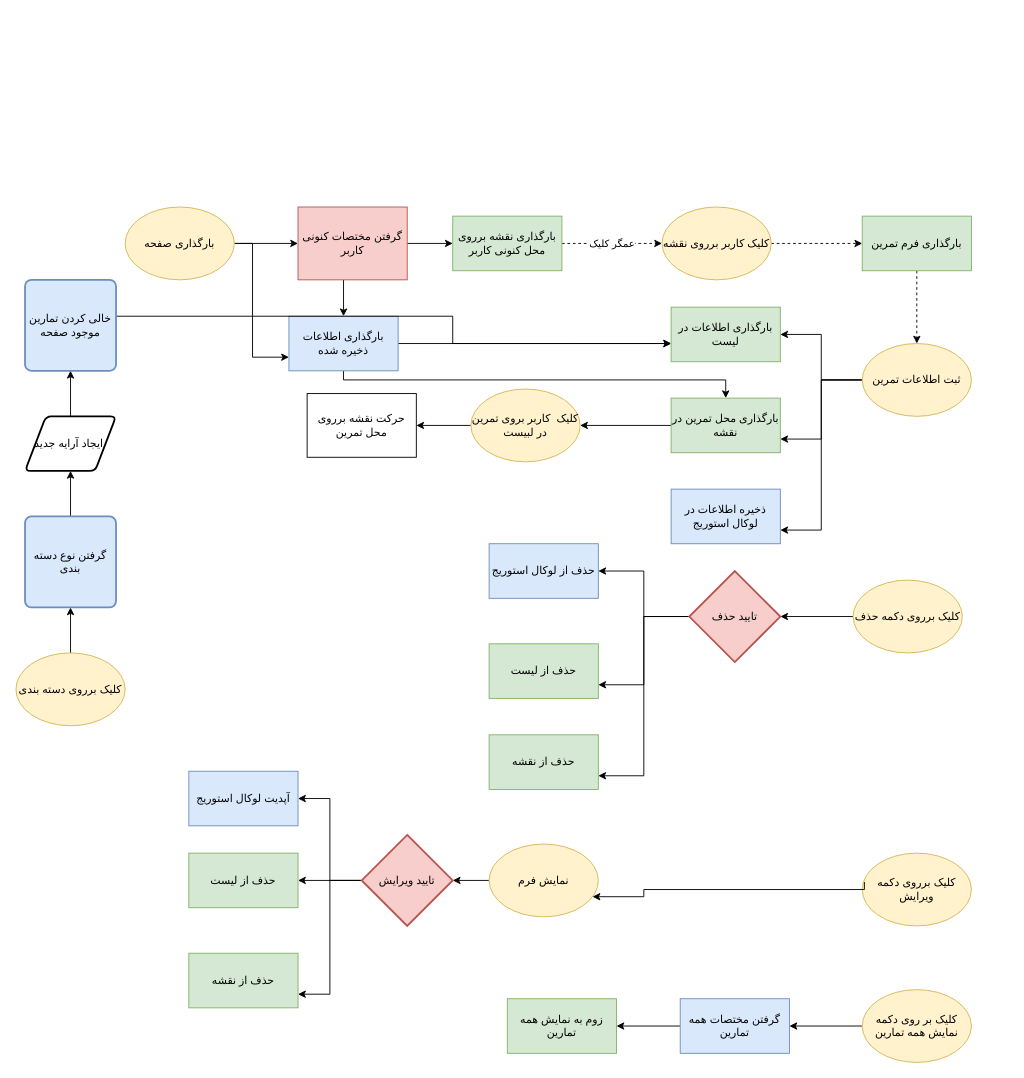
Above: Untitled Diagram.drawio in behnamrhp/mapr (draw.io), before the change. Source tidied: cells renumbered, new cells numbered last; positions are measured from the earlier drawing's top-left corner, leaving out a move shared by most shapes. Both pictures are drawn from the tidied source at 91%, with x=0, y=0 at pixel (15, 207).
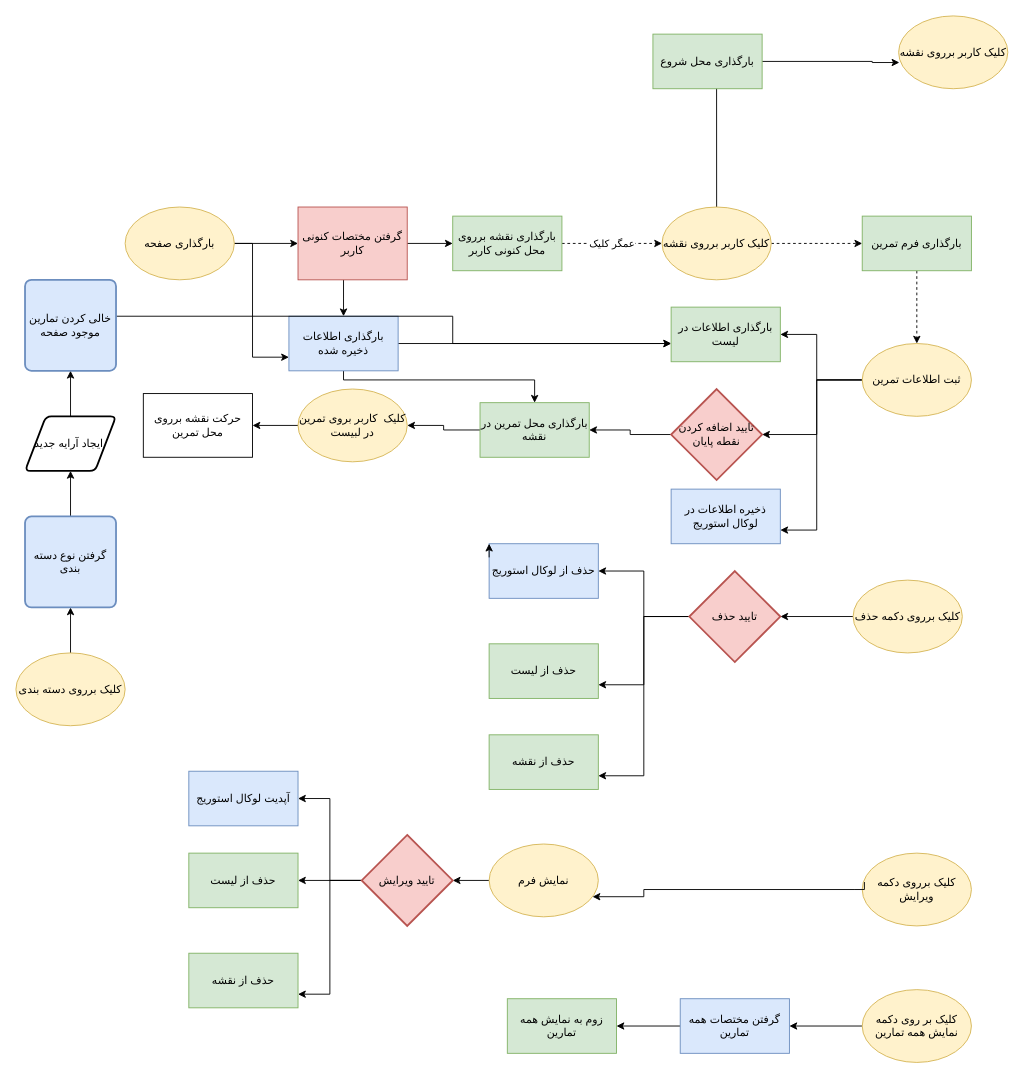
The same diagram, later.

The change refers to these unchanged cells:
```xml
<mxCell id="11" value="کلیک کاربر برروی نقشه" style="ellipse;whiteSpace=wrap;html=1;fillColor=#fff2cc;strokeColor=#d6b656;" parent="1" vertex="1">
  <mxGeometry x="710" width="120" height="80" as="geometry" />
</mxCell>
<mxCell id="17" value="ثبت اطلاعات تمرین" style="ellipse;whiteSpace=wrap;html=1;fillColor=#fff2cc;strokeColor=#d6b656;" parent="1" vertex="1">
  <mxGeometry x="930" y="150" width="120" height="80" as="geometry" />
</mxCell>
<mxCell id="18" value="ذخیره اطلاعات در لوکال استوریج" style="rounded=0;whiteSpace=wrap;html=1;fillColor=#dae8fc;strokeColor=#6c8ebf;" parent="1" vertex="1">
  <mxGeometry x="720" y="310" width="120" height="60" as="geometry" />
</mxCell>
<mxCell id="21" value="بارگذاری اطلاعات در لیست" style="rounded=0;whiteSpace=wrap;html=1;fillColor=#d5e8d4;strokeColor=#82b366;" parent="1" vertex="1">
  <mxGeometry x="720" y="110" width="120" height="60" as="geometry" />
</mxCell>
<mxCell id="27" value="بارگذاری اطلاعات ذخیره شده" style="rounded=0;whiteSpace=wrap;html=1;fillColor=#dae8fc;strokeColor=#6c8ebf;" parent="1" vertex="1">
  <mxGeometry x="300" y="120" width="120" height="60" as="geometry" />
</mxCell>
<mxCell id="34" value="حذف از لوکال استوریج" style="rounded=0;whiteSpace=wrap;html=1;fillColor=#dae8fc;strokeColor=#6c8ebf;" parent="1" vertex="1">
  <mxGeometry x="520" y="370" width="120" height="60" as="geometry" />
</mxCell>
```

Diff of the diagram source:
```diff
@@
+    <mxCell id="61" style="edgeStyle=orthogonalEdgeStyle;rounded=0;jettySize=auto;html=1;entryX=0.583;entryY=0.833;entryDx=0;entryDy=0;entryPerimeter=0;" parent="1" edge="1" source="11" target="64">
+      <mxGeometry relative="1" as="geometry" />
+    </mxCell>
@@
     <mxCell id="14" style="edgeStyle=orthogonalEdgeStyle;rounded=0;jettySize=auto;html=1;entryX=1;entryY=0.75;entryDx=0;entryDy=0;" parent="1" edge="1" source="17" target="18">
-      <mxGeometry relative="1" as="geometry" />
+      <mxGeometry relative="1" as="geometry">
+        <Array as="points">
+          <mxPoint x="880" y="190" />
+          <mxPoint x="880" y="355" />
+        </Array>
+      </mxGeometry>
     </mxCell>
-    <mxCell id="15" style="edgeStyle=orthogonalEdgeStyle;rounded=0;jettySize=auto;html=1;entryX=1;entryY=0.75;entryDx=0;entryDy=0;" parent="1" edge="1" source="17" target="20">
-      <mxGeometry relative="1" as="geometry" />
+    <mxCell id="15" style="edgeStyle=orthogonalEdgeStyle;rounded=0;jettySize=auto;html=1;entryX=1;entryY=0.5;entryDx=0;entryDy=0;entryPerimeter=0;" parent="1" edge="1" source="17" target="66">
+      <mxGeometry relative="1" as="geometry">
+        <Array as="points">
+          <mxPoint x="880" y="190" />
+          <mxPoint x="880" y="250" />
+        </Array>
+      </mxGeometry>
     </mxCell>
     <mxCell id="16" style="edgeStyle=orthogonalEdgeStyle;rounded=0;jettySize=auto;html=1;" parent="1" edge="1" source="17" target="21">
-      <mxGeometry relative="1" as="geometry" />
+      <mxGeometry relative="1" as="geometry">
+        <Array as="points">
+          <mxPoint x="880" y="190" />
+          <mxPoint x="880" y="140" />
+        </Array>
+      </mxGeometry>
     </mxCell>
@@
     <mxCell id="20" value="بارگذاری محل تمرین در نقشه" style="rounded=0;whiteSpace=wrap;html=1;fillColor=#d5e8d4;strokeColor=#82b366;" parent="1" vertex="1">
-      <mxGeometry x="720" y="210" width="120" height="60" as="geometry" />
+      <mxGeometry x="510" y="215" width="120" height="60" as="geometry" />
     </mxCell>
@@
     <mxCell id="23" value="کلیک&amp;nbsp; کاربر بروی تمرین در لبیست" style="ellipse;whiteSpace=wrap;html=1;fillColor=#fff2cc;strokeColor=#d6b656;" parent="1" vertex="1">
-      <mxGeometry x="500" y="200" width="120" height="80" as="geometry" />
+      <mxGeometry x="310" y="200" width="120" height="80" as="geometry" />
     </mxCell>
     <mxCell id="24" value="حرکت نقشه برروی محل تمرین" style="rounded=0;whiteSpace=wrap;html=1;" parent="1" vertex="1">
-      <mxGeometry x="320" y="205" width="120" height="70" as="geometry" />
+      <mxGeometry x="140" y="205" width="120" height="70" as="geometry" />
     </mxCell>
@@
-    <mxCell id="26" style="edgeStyle=orthogonalEdgeStyle;rounded=0;jettySize=auto;html=1;" parent="1" edge="1" source="27" target="20">
+    <mxCell id="26" style="edgeStyle=orthogonalEdgeStyle;rounded=0;jettySize=auto;html=1;entryX=0.5;entryY=0;entryDx=0;entryDy=0;" parent="1" edge="1" source="27" target="20">
       <mxGeometry relative="1" as="geometry">
         <Array as="points">
           <mxPoint x="360" y="190" />
-          <mxPoint x="780" y="190" />
+          <mxPoint x="570" y="190" />
         </Array>
       </mxGeometry>
     </mxCell>
@@
+    <mxCell id="62" value="کلیک کاربر برروی نقشه" style="ellipse;whiteSpace=wrap;html=1;fillColor=#fff2cc;strokeColor=#d6b656;" parent="1" vertex="1">
+      <mxGeometry x="970" y="-210" width="120" height="80" as="geometry" />
+    </mxCell>
+    <mxCell id="63" style="edgeStyle=orthogonalEdgeStyle;rounded=0;jettySize=auto;html=1;entryX=0.007;entryY=0.64;entryDx=0;entryDy=0;entryPerimeter=0;" parent="1" edge="1" source="64" target="62">
+      <mxGeometry relative="1" as="geometry">
+        <Array as="points">
+          <mxPoint x="941" y="-160" />
+        </Array>
+      </mxGeometry>
+    </mxCell>
+    <mxCell id="64" value="بارگذاری محل شروع" style="rounded=0;whiteSpace=wrap;html=1;fillColor=#d5e8d4;strokeColor=#82b366;" parent="1" vertex="1">
+      <mxGeometry x="700" y="-190" width="120" height="60" as="geometry" />
+    </mxCell>
+    <mxCell id="65" style="edgeStyle=orthogonalEdgeStyle;rounded=0;jettySize=auto;html=1;entryX=1;entryY=0.5;entryDx=0;entryDy=0;" parent="1" edge="1" source="66" target="20">
+      <mxGeometry relative="1" as="geometry" />
+    </mxCell>
+    <mxCell id="66" value="تایید اضافه کردن نقطه پایان" style="strokeWidth=2;html=1;shape=mxgraph.flowchart.decision;whiteSpace=wrap;fillColor=#f8cecc;strokeColor=#b85450;" parent="1" vertex="1">
+      <mxGeometry x="720" y="200" width="100" height="100" as="geometry" />
+    </mxCell>
+    <mxCell id="67" style="edgeStyle=orthogonalEdgeStyle;rounded=0;orthogonalLoop=1;jettySize=auto;html=1;exitX=0;exitY=0.25;exitDx=0;exitDy=0;entryX=0;entryY=0;entryDx=0;entryDy=0;" parent="1" edge="1" source="34" target="34">
+      <mxGeometry relative="1" as="geometry" />
+    </mxCell>
```
